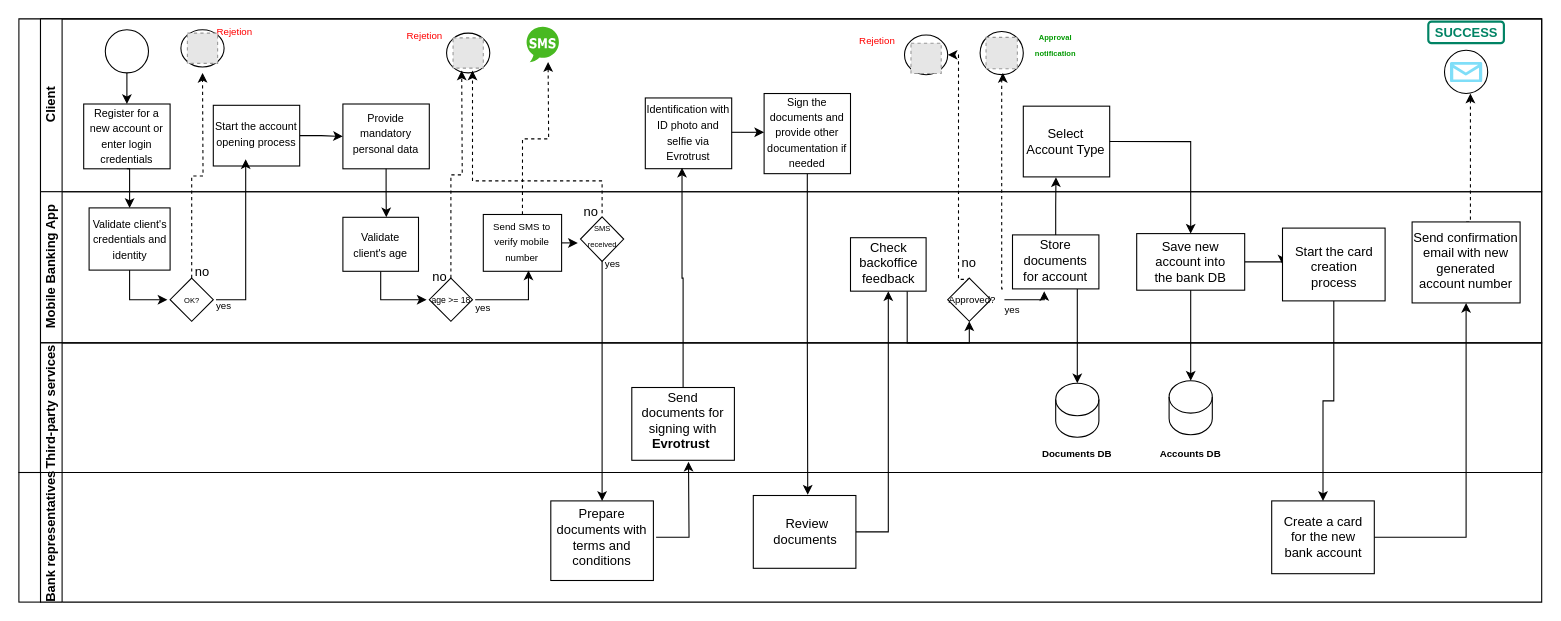
This is Неозаглавена диаграма.drawio from marinazaykova/tutorials, a draw.io file, before an edit. Source tidied: cells renumbered, new cells numbered last; positions are measured from the earlier drawing's top-left corner, leaving out a move shared by most shapes. Both pictures are drawn from the tidied source at 108%, with x=0, y=0 at pixel (18, 18). Pictures stored in the file or linked from it are replaced by grey dashed boxes.
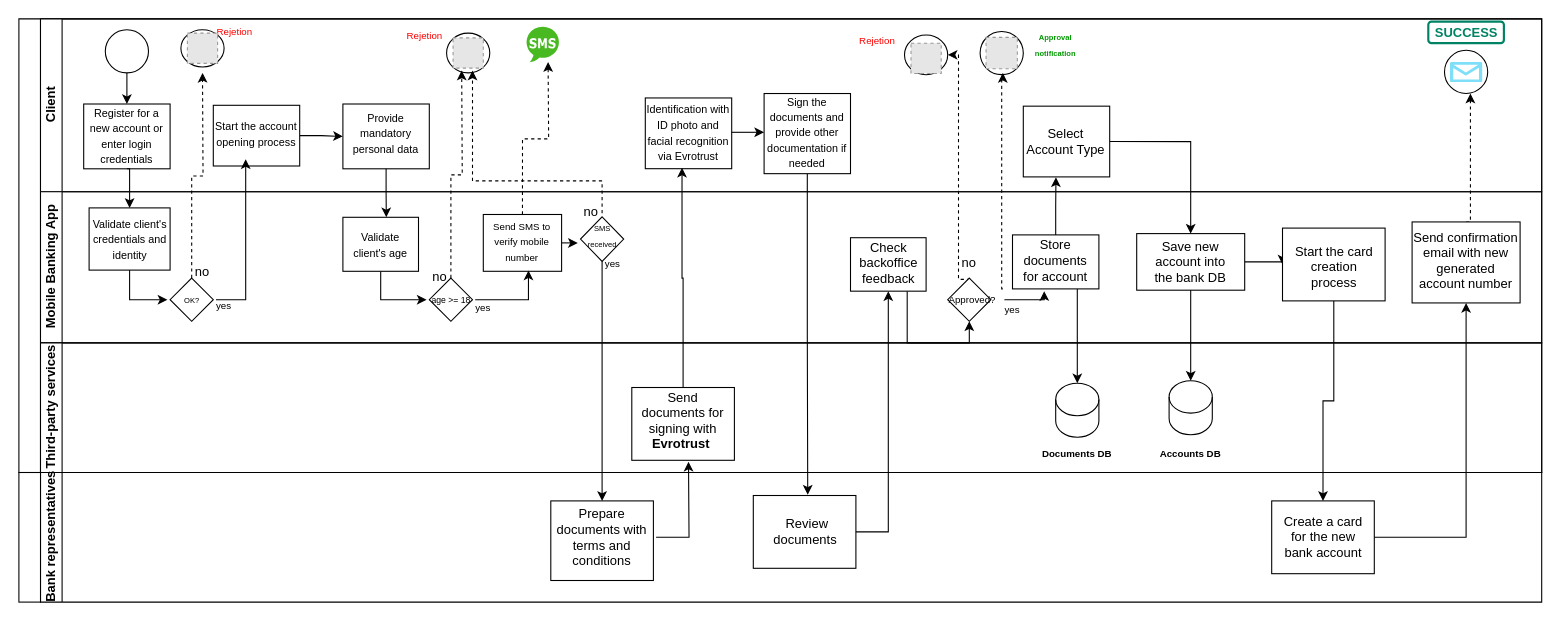
After the change.

Unchanged cells that the change refers to:
```xml
<mxCell id="3" value="Client" style="swimlane;html=1;startSize=20;horizontal=0;" parent="2" vertex="1">
  <mxGeometry x="20" width="1390" height="160" as="geometry" />
</mxCell>
```

Change to the diagram source:
```diff
@@
-    <mxCell id="15" value="&lt;font style=&quot;font-size: 10px;&quot;&gt;Identification with ID photo and selfie via Evrotrust&lt;/font&gt;" style="text;strokeColor=none;align=center;fillColor=none;html=1;verticalAlign=middle;whiteSpace=wrap;rounded=0;" parent="3" vertex="1">
+    <mxCell id="15" value="&lt;font style=&quot;font-size: 10px;&quot;&gt;Identification with ID photo and facial recognition via Evrotrust&lt;/font&gt;" style="text;strokeColor=none;align=center;fillColor=none;html=1;verticalAlign=middle;whiteSpace=wrap;rounded=0;" parent="3" vertex="1">
       <mxGeometry x="560" y="90" width="80" height="30" as="geometry" />
     </mxCell>
```
